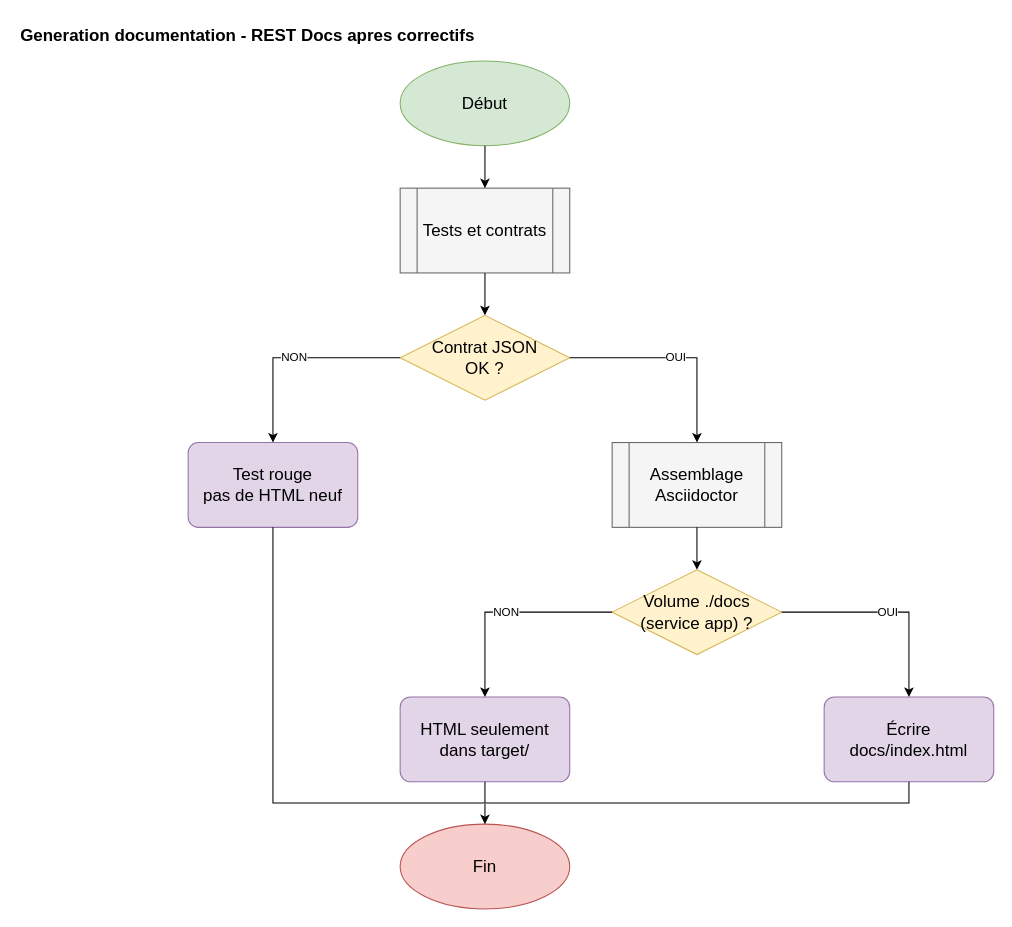
Above: page "1. Generation documentation" (1 of 4) of docs/process/restdocs-generation.drawio in OrifInformatique/spring-auth (draw.io), before the change. Source tidied: cells renumbered, new cells numbered last; positions are measured from the earlier drawing's top-left corner, leaving out a move shared by most shapes. Both pictures are drawn from the tidied source at 106%, with x=0, y=0 at pixel (18, 18).
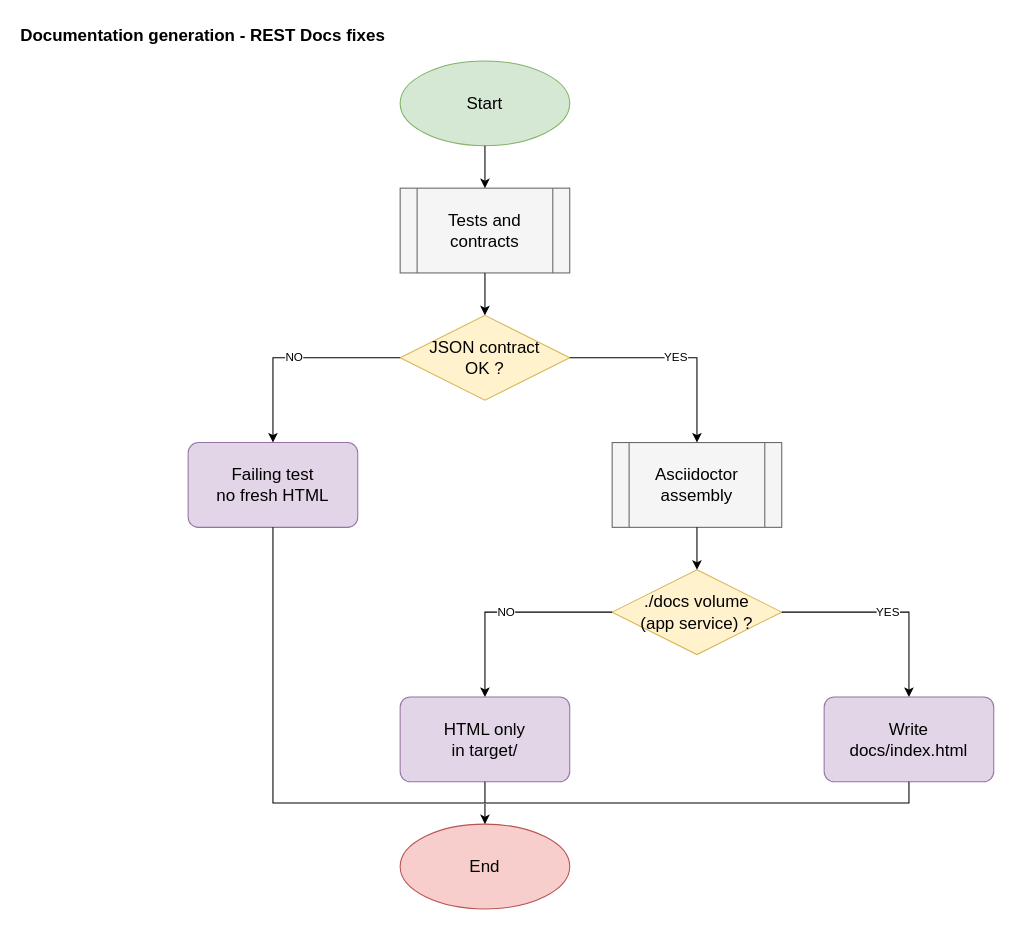
After the change.

The edit, as a diff of the source:
```diff
@@
-    <mxCell id="2" value="Generation documentation  - REST Docs apres correctifs" style="text;html=1;strokeColor=none;fillColor=none;align=left;fontFamily=Helvetica;fontSize=16;fontStyle=1;fontColor=#000000;" parent="1" vertex="1">
+    <mxCell id="2" value="Documentation generation  - REST Docs fixes" style="text;html=1;strokeColor=none;fillColor=none;align=left;fontFamily=Helvetica;fontSize=16;fontStyle=1;fontColor=#000000;" parent="1" vertex="1">
       <mxGeometry width="800" height="30" as="geometry" />
     </mxCell>
-    <mxCell id="3" value="Début" style="ellipse;whiteSpace=wrap;html=1;strokeWidth=1;fontFamily=Helvetica;fontSize=16;fontStyle=0;fontColor=#000000;align=center;verticalAlign=middle;spacing=2;opacity=100;fillColor=#d5e8d4;strokeColor=#82b366;" parent="1" vertex="1">
+    <mxCell id="3" value="Start" style="ellipse;whiteSpace=wrap;html=1;strokeWidth=1;fontFamily=Helvetica;fontSize=16;fontStyle=0;fontColor=#000000;align=center;verticalAlign=middle;spacing=2;opacity=100;fillColor=#d5e8d4;strokeColor=#82b366;" parent="1" vertex="1">
       <mxGeometry x="360" y="40" width="160" height="80" as="geometry" />
     </mxCell>
-    <mxCell id="4" value="Tests et contrats" style="shape=process;whiteSpace=wrap;html=1;strokeWidth=1;fontFamily=Helvetica;fontSize=16;fontStyle=0;fontColor=#000000;align=center;verticalAlign=middle;spacing=2;opacity=100;fillColor=#f5f5f5;strokeColor=#666666;" parent="1" vertex="1">
+    <mxCell id="4" value="Tests and contracts" style="shape=process;whiteSpace=wrap;html=1;strokeWidth=1;fontFamily=Helvetica;fontSize=16;fontStyle=0;fontColor=#000000;align=center;verticalAlign=middle;spacing=2;opacity=100;fillColor=#f5f5f5;strokeColor=#666666;" parent="1" vertex="1">
       <mxGeometry x="360" y="160" width="160" height="80" as="geometry" />
     </mxCell>
-    <mxCell id="5" value="Contrat JSON&#10;OK ?" style="rhombus;whiteSpace=wrap;html=1;strokeWidth=1;fontFamily=Helvetica;fontSize=16;fontStyle=0;fontColor=#000000;align=center;verticalAlign=middle;spacing=2;opacity=100;fillColor=#fff2cc;strokeColor=#d6b656;" parent="1" vertex="1">
+    <mxCell id="5" value="JSON contract&#10;OK ?" style="rhombus;whiteSpace=wrap;html=1;strokeWidth=1;fontFamily=Helvetica;fontSize=16;fontStyle=0;fontColor=#000000;align=center;verticalAlign=middle;spacing=2;opacity=100;fillColor=#fff2cc;strokeColor=#d6b656;" parent="1" vertex="1">
       <mxGeometry x="360" y="280" width="160" height="80" as="geometry" />
     </mxCell>
-    <mxCell id="6" value="Test rouge&#10;pas de HTML neuf" style="rounded=1;arcSize=12;whiteSpace=wrap;html=1;strokeWidth=1;fontFamily=Helvetica;fontSize=16;fontStyle=0;fontColor=#000000;align=center;verticalAlign=middle;spacing=2;opacity=100;fillColor=#e1d5e7;strokeColor=#9673a6;" parent="1" vertex="1">
+    <mxCell id="6" value="Failing test&#10;no fresh HTML" style="rounded=1;arcSize=12;whiteSpace=wrap;html=1;strokeWidth=1;fontFamily=Helvetica;fontSize=16;fontStyle=0;fontColor=#000000;align=center;verticalAlign=middle;spacing=2;opacity=100;fillColor=#e1d5e7;strokeColor=#9673a6;" parent="1" vertex="1">
       <mxGeometry x="160" y="400" width="160" height="80" as="geometry" />
     </mxCell>
-    <mxCell id="7" value="Assemblage Asciidoctor" style="shape=process;whiteSpace=wrap;html=1;strokeWidth=1;fontFamily=Helvetica;fontSize=16;fontStyle=0;fontColor=#000000;align=center;verticalAlign=middle;spacing=2;opacity=100;fillColor=#f5f5f5;strokeColor=#666666;" parent="1" vertex="1">
+    <mxCell id="7" value="Asciidoctor assembly" style="shape=process;whiteSpace=wrap;html=1;strokeWidth=1;fontFamily=Helvetica;fontSize=16;fontStyle=0;fontColor=#000000;align=center;verticalAlign=middle;spacing=2;opacity=100;fillColor=#f5f5f5;strokeColor=#666666;" parent="1" vertex="1">
       <mxGeometry x="560" y="400" width="160" height="80" as="geometry" />
     </mxCell>
-    <mxCell id="8" value="Volume ./docs&#10;(service app) ?" style="rhombus;whiteSpace=wrap;html=1;strokeWidth=1;fontFamily=Helvetica;fontSize=16;fontStyle=0;fontColor=#000000;align=center;verticalAlign=middle;spacing=2;opacity=100;fillColor=#fff2cc;strokeColor=#d6b656;" parent="1" vertex="1">
+    <mxCell id="8" value="./docs volume&#10;(app service) ?" style="rhombus;whiteSpace=wrap;html=1;strokeWidth=1;fontFamily=Helvetica;fontSize=16;fontStyle=0;fontColor=#000000;align=center;verticalAlign=middle;spacing=2;opacity=100;fillColor=#fff2cc;strokeColor=#d6b656;" parent="1" vertex="1">
       <mxGeometry x="560" y="520" width="160" height="80" as="geometry" />
     </mxCell>
-    <mxCell id="9" value="HTML seulement&#10;dans target/" style="rounded=1;arcSize=12;whiteSpace=wrap;html=1;strokeWidth=1;fontFamily=Helvetica;fontSize=16;fontStyle=0;fontColor=#000000;align=center;verticalAlign=middle;spacing=2;opacity=100;fillColor=#e1d5e7;strokeColor=#9673a6;" parent="1" vertex="1">
+    <mxCell id="9" value="HTML only&#10;in target/" style="rounded=1;arcSize=12;whiteSpace=wrap;html=1;strokeWidth=1;fontFamily=Helvetica;fontSize=16;fontStyle=0;fontColor=#000000;align=center;verticalAlign=middle;spacing=2;opacity=100;fillColor=#e1d5e7;strokeColor=#9673a6;" parent="1" vertex="1">
       <mxGeometry x="360" y="640" width="160" height="80" as="geometry" />
     </mxCell>
-    <mxCell id="10" value="Écrire&#10;docs/index.html" style="rounded=1;arcSize=12;whiteSpace=wrap;html=1;strokeWidth=1;fontFamily=Helvetica;fontSize=16;fontStyle=0;fontColor=#000000;align=center;verticalAlign=middle;spacing=2;opacity=100;fillColor=#e1d5e7;strokeColor=#9673a6;" parent="1" vertex="1">
+    <mxCell id="10" value="Write&#10;docs/index.html" style="rounded=1;arcSize=12;whiteSpace=wrap;html=1;strokeWidth=1;fontFamily=Helvetica;fontSize=16;fontStyle=0;fontColor=#000000;align=center;verticalAlign=middle;spacing=2;opacity=100;fillColor=#e1d5e7;strokeColor=#9673a6;" parent="1" vertex="1">
       <mxGeometry x="760" y="640" width="160" height="80" as="geometry" />
     </mxCell>
-    <mxCell id="11" value="Fin" style="ellipse;whiteSpace=wrap;html=1;strokeWidth=1;fontFamily=Helvetica;fontSize=16;fontStyle=0;fontColor=#000000;align=center;verticalAlign=middle;spacing=2;opacity=100;fillColor=#f8cecc;strokeColor=#b85450;" parent="1" vertex="1">
+    <mxCell id="11" value="End" style="ellipse;whiteSpace=wrap;html=1;strokeWidth=1;fontFamily=Helvetica;fontSize=16;fontStyle=0;fontColor=#000000;align=center;verticalAlign=middle;spacing=2;opacity=100;fillColor=#f8cecc;strokeColor=#b85450;" parent="1" vertex="1">
       <mxGeometry x="360" y="760" width="160" height="80" as="geometry" />
     </mxCell>
@@
-    <mxCell id="15" value="NON" style="edgeStyle=orthogonalEdgeStyle;rounded=0;jettySize=auto;html=1;strokeColor=#000000;strokeWidth=1;startArrow=none;endArrow=classic;endFill=1;endSize=6;jumpStyle=none;jumpSize=6;opacity=100;fontFamily=Helvetica;fontSize=11;fontColor=#000000;labelBackgroundColor=#ffffff;align=center;verticalAlign=middle;spacing=2;exitX=0;exitY=0.5;entryX=0.5;entryY=0;" parent="1" edge="1" source="5" target="6">
+    <mxCell id="15" value="NO" style="edgeStyle=orthogonalEdgeStyle;rounded=0;jettySize=auto;html=1;strokeColor=#000000;strokeWidth=1;startArrow=none;endArrow=classic;endFill=1;endSize=6;jumpStyle=none;jumpSize=6;opacity=100;fontFamily=Helvetica;fontSize=11;fontColor=#000000;labelBackgroundColor=#ffffff;align=center;verticalAlign=middle;spacing=2;exitX=0;exitY=0.5;entryX=0.5;entryY=0;" parent="1" edge="1" source="5" target="6">
       <mxGeometry relative="1" as="geometry">
         <Array as="points">
           <mxPoint x="240" y="320" />
         </Array>
       </mxGeometry>
     </mxCell>
-    <mxCell id="16" value="OUI" style="edgeStyle=orthogonalEdgeStyle;rounded=0;jettySize=auto;html=1;strokeColor=#000000;strokeWidth=1;startArrow=none;endArrow=classic;endFill=1;endSize=6;jumpStyle=none;jumpSize=6;opacity=100;fontFamily=Helvetica;fontSize=11;fontColor=#000000;labelBackgroundColor=#ffffff;align=center;verticalAlign=middle;spacing=2;exitX=1;exitY=0.5;entryX=0.5;entryY=0;" parent="1" edge="1" source="5" target="7">
+    <mxCell id="16" value="YES" style="edgeStyle=orthogonalEdgeStyle;rounded=0;jettySize=auto;html=1;strokeColor=#000000;strokeWidth=1;startArrow=none;endArrow=classic;endFill=1;endSize=6;jumpStyle=none;jumpSize=6;opacity=100;fontFamily=Helvetica;fontSize=11;fontColor=#000000;labelBackgroundColor=#ffffff;align=center;verticalAlign=middle;spacing=2;exitX=1;exitY=0.5;entryX=0.5;entryY=0;" parent="1" edge="1" source="5" target="7">
       <mxGeometry relative="1" as="geometry">
         <Array as="points">
           <mxPoint x="640" y="320" />
         </Array>
       </mxGeometry>
     </mxCell>
@@
-    <mxCell id="18" value="NON" style="edgeStyle=orthogonalEdgeStyle;rounded=0;jettySize=auto;html=1;strokeColor=#000000;strokeWidth=1;startArrow=none;endArrow=classic;endFill=1;endSize=6;jumpStyle=none;jumpSize=6;opacity=100;fontFamily=Helvetica;fontSize=11;fontColor=#000000;labelBackgroundColor=#ffffff;align=center;verticalAlign=middle;spacing=2;exitX=0;exitY=0.5;entryX=0.5;entryY=0;" parent="1" edge="1" source="8" target="9">
+    <mxCell id="18" value="NO" style="edgeStyle=orthogonalEdgeStyle;rounded=0;jettySize=auto;html=1;strokeColor=#000000;strokeWidth=1;startArrow=none;endArrow=classic;endFill=1;endSize=6;jumpStyle=none;jumpSize=6;opacity=100;fontFamily=Helvetica;fontSize=11;fontColor=#000000;labelBackgroundColor=#ffffff;align=center;verticalAlign=middle;spacing=2;exitX=0;exitY=0.5;entryX=0.5;entryY=0;" parent="1" edge="1" source="8" target="9">
       <mxGeometry relative="1" as="geometry">
         <Array as="points">
           <mxPoint x="440" y="560" />
         </Array>
       </mxGeometry>
     </mxCell>
-    <mxCell id="19" value="OUI" style="edgeStyle=orthogonalEdgeStyle;rounded=0;jettySize=auto;html=1;strokeColor=#000000;strokeWidth=1;startArrow=none;endArrow=classic;endFill=1;endSize=6;jumpStyle=none;jumpSize=6;opacity=100;fontFamily=Helvetica;fontSize=11;fontColor=#000000;labelBackgroundColor=#ffffff;align=center;verticalAlign=middle;spacing=2;exitX=1;exitY=0.5;entryX=0.5;entryY=0;" parent="1" edge="1" source="8" target="10">
+    <mxCell id="19" value="YES" style="edgeStyle=orthogonalEdgeStyle;rounded=0;jettySize=auto;html=1;strokeColor=#000000;strokeWidth=1;startArrow=none;endArrow=classic;endFill=1;endSize=6;jumpStyle=none;jumpSize=6;opacity=100;fontFamily=Helvetica;fontSize=11;fontColor=#000000;labelBackgroundColor=#ffffff;align=center;verticalAlign=middle;spacing=2;exitX=1;exitY=0.5;entryX=0.5;entryY=0;" parent="1" edge="1" source="8" target="10">
       <mxGeometry relative="1" as="geometry">
         <Array as="points">
           <mxPoint x="840" y="560" />
         </Array>
       </mxGeometry>
     </mxCell>
```
